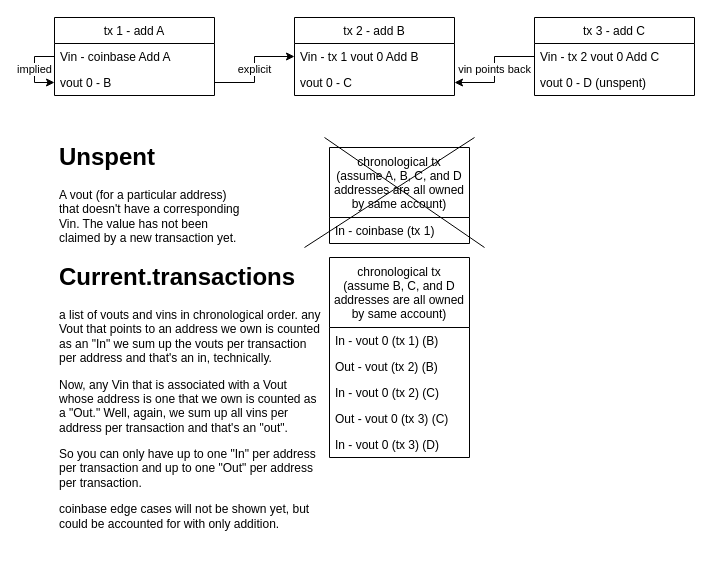
Above: raven_back/docs/diagrams/tx_vins_vouts.drawio in moontreeapp/moontree (draw.io), before the change. Source tidied: cells renumbered, new cells numbered last; positions are measured from the earlier drawing's top-left corner, leaving out a move shared by most shapes. Both pictures are drawn from the tidied source at 100%, with x=0, y=0 at pixel (34, 17).
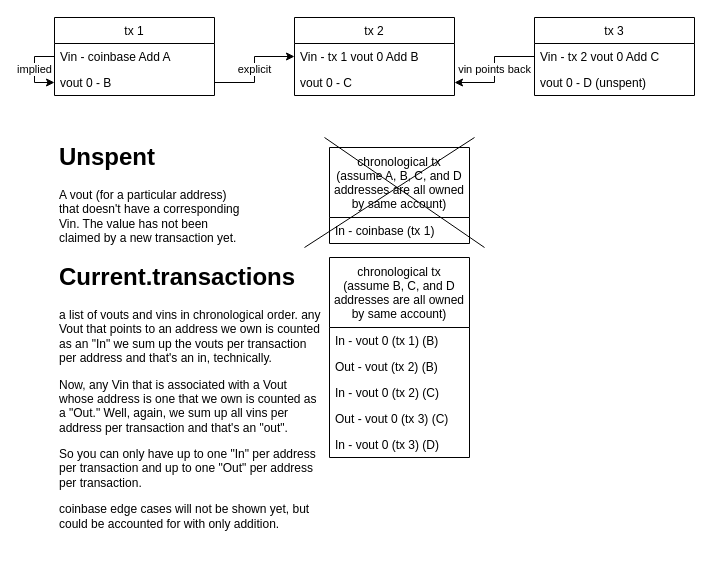
The same diagram, later.

What changed in the source:
```diff
@@
-    <mxCell id="2" value="tx 1 - add A" style="swimlane;fontStyle=0;horizontal=1;startSize=26;" parent="1" vertex="1">
+    <mxCell id="2" value="tx 1" style="swimlane;fontStyle=0;horizontal=1;startSize=26;" parent="1" vertex="1">
       <mxGeometry x="20" width="160" height="78" as="geometry" />
     </mxCell>
@@
-    <mxCell id="6" value="tx 2 - add B" style="swimlane;fontStyle=0;horizontal=1;startSize=26;" parent="1" vertex="1">
+    <mxCell id="6" value="tx 2" style="swimlane;fontStyle=0;horizontal=1;startSize=26;" parent="1" vertex="1">
       <mxGeometry x="260" width="160" height="78" as="geometry" />
     </mxCell>
@@
-    <mxCell id="9" value="tx 3 - add C" style="swimlane;fontStyle=0;horizontal=1;startSize=26;" parent="1" vertex="1">
+    <mxCell id="9" value="tx 3" style="swimlane;fontStyle=0;horizontal=1;startSize=26;" parent="1" vertex="1">
       <mxGeometry x="500" width="160" height="78" as="geometry" />
     </mxCell>
```
